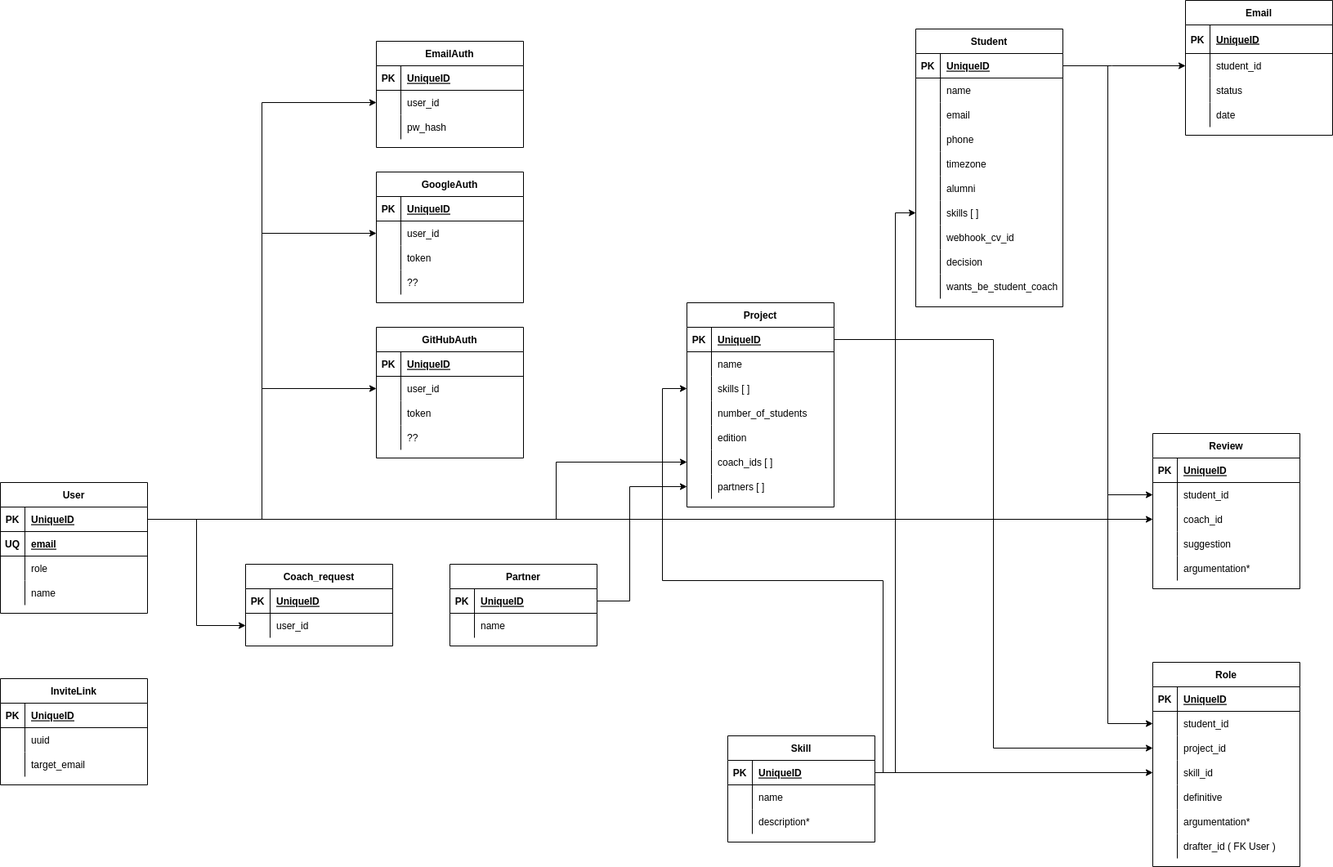
The draw.io diagram files/database_scheme.png in SELab-2/OSOC-3, before a commit. Source tidied: cells renumbered, new cells last; positions are measured from the earlier drawing's top-left corner, leaving out a move shared by most shapes.
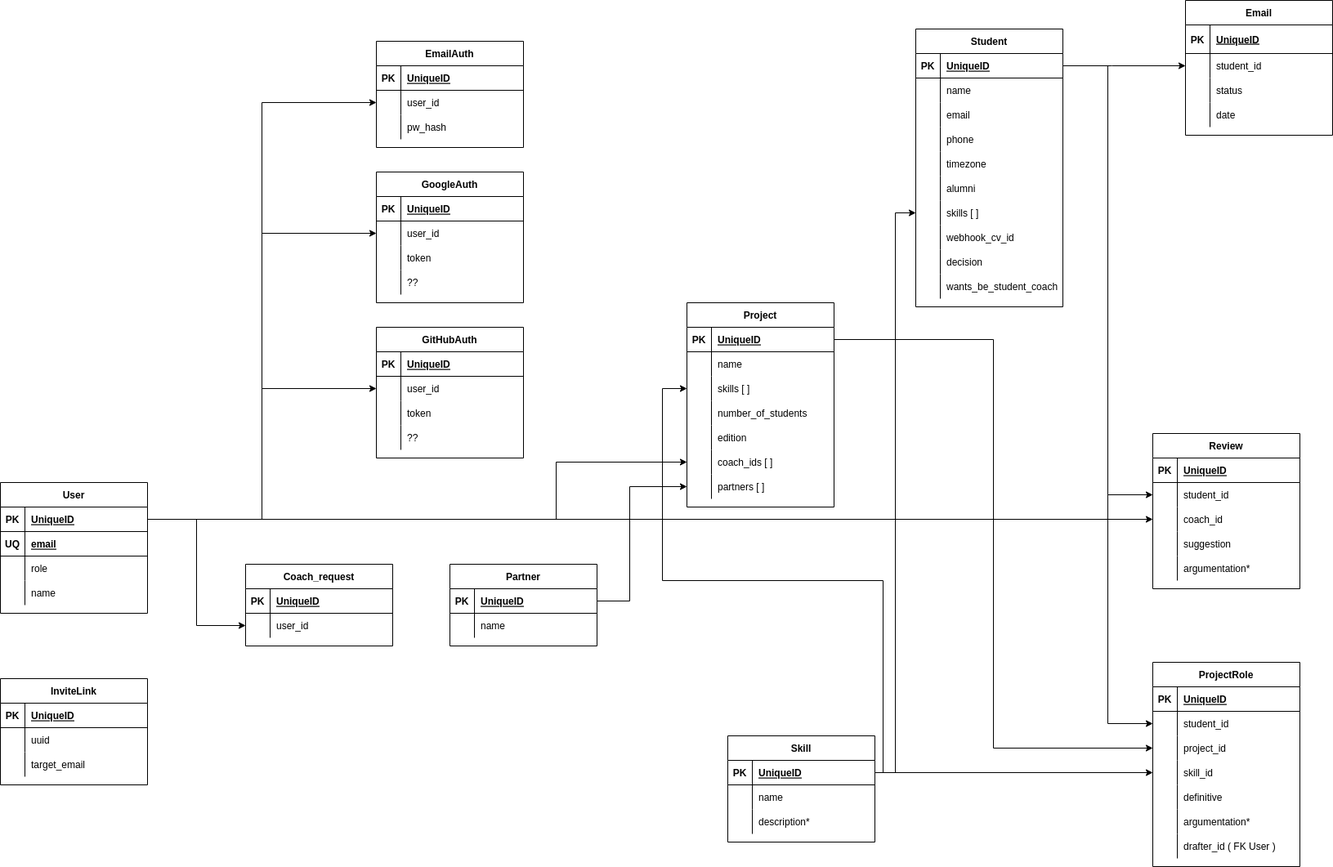
After the commit.

Commit message:
Change ProjectRoles table name, remove broken PDF

What changed in the source:
```diff
@@ -308,7 +308,7 @@
     <mxCell id="99" style="edgeStyle=orthogonalEdgeStyle;rounded=0;jettySize=auto;html=1;exitX=1;exitY=0.5;exitDx=0;exitDy=0;entryX=0;entryY=0.5;entryDx=0;entryDy=0;" parent="1" edge="1" source="69" target="89">
       <mxGeometry relative="1" as="geometry" />
     </mxCell>
-    <mxCell id="100" value="Role" style="shape=table;startSize=30;rowLines=0;fontStyle=1;align=center;" parent="1" vertex="1">
+    <mxCell id="100" value="ProjectRole" style="shape=table;startSize=30;rowLines=0;fontStyle=1;align=center;" parent="1" vertex="1">
       <mxGeometry x="1410" y="810" width="180" height="250" as="geometry" />
     </mxCell>
     <mxCell id="101" style="shape=tableRow;horizontal=0;startSize=0;swimlaneHead=0;swimlaneBody=0;fillColor=none;top=0;left=0;right=0;bottom=1;" parent="100" vertex="1">
```
